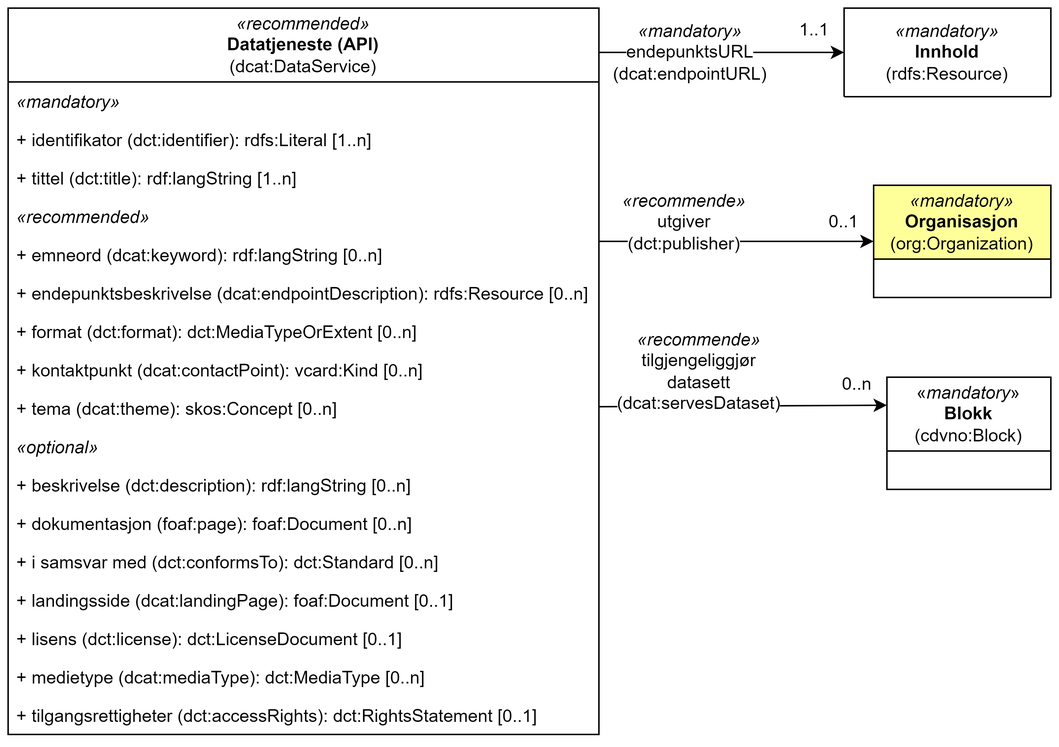
The draw.io diagram cdvno/images/cdvno-dataservice.png in jimjyang/playground, before a commit. Source tidied: cells renumbered, new cells last; positions are measured from the earlier drawing's top-left corner, leaving out a move shared by most shapes.
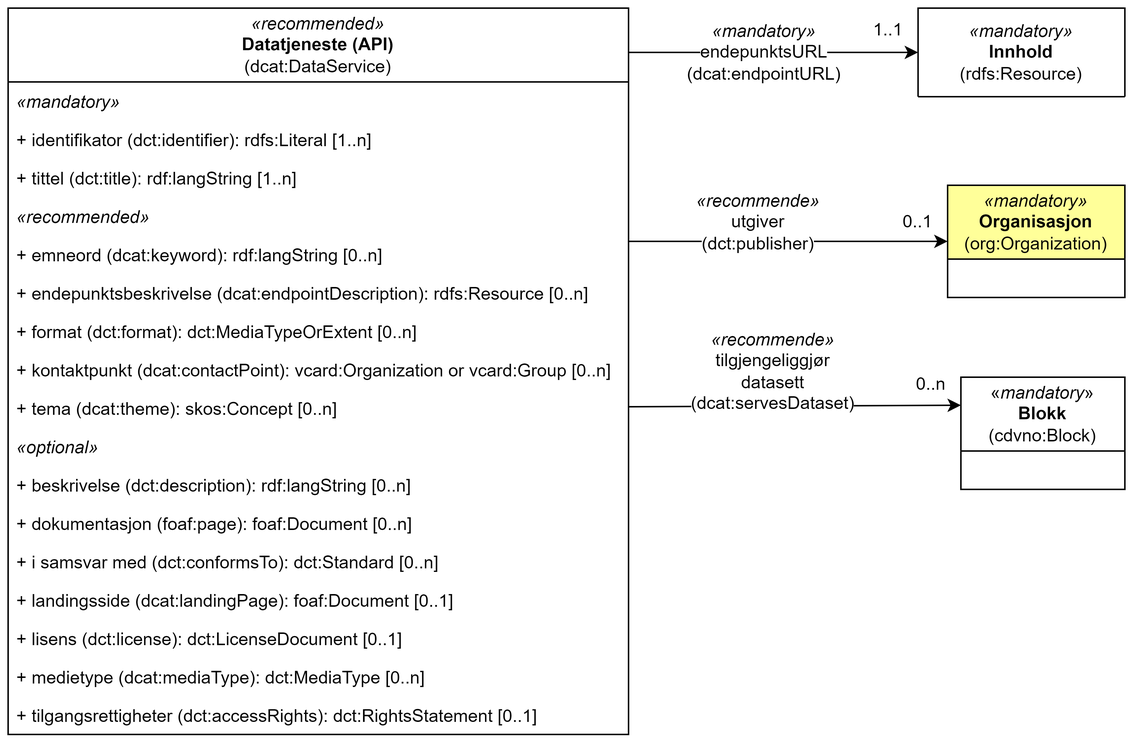
The same diagram one commit later.

Commit message:
cdvno-dataservice

Change to the diagram source:
```diff
@@ -6,58 +6,58 @@
       <mxGeometry x="566" width="140" height="60" as="geometry" />
     </mxCell>
     <mxCell id="3" value="&lt;i style=&quot;border-color: var(--border-color);&quot;&gt;«recommended»&lt;/i&gt;&lt;br style=&quot;border-color: var(--border-color);&quot;&gt;&lt;b style=&quot;border-color: var(--border-color);&quot;&gt;Datatjeneste (API)&lt;br style=&quot;border-color: var(--border-color);&quot;&gt;&lt;/b&gt;(dcat:DataService)" style="swimlane;fontStyle=0;horizontal=1;startSize=50;fillColor=none;whiteSpace=wrap;html=1;" parent="1" vertex="1">
-      <mxGeometry width="400" height="492" as="geometry" />
+      <mxGeometry x="-50" width="420" height="492" as="geometry" />
     </mxCell>
     <mxCell id="4" value="&lt;i&gt;«mandatory»&lt;/i&gt;" style="text;strokeColor=none;fillColor=none;align=left;verticalAlign=top;spacingLeft=4;spacingRight=4;overflow=hidden;whiteSpace=wrap;html=1;" parent="3" vertex="1">
-      <mxGeometry y="50" width="400" height="26" as="geometry" />
+      <mxGeometry y="50" width="420" height="26" as="geometry" />
     </mxCell>
     <mxCell id="5" value="+ identifikator (dct:identifier):&amp;nbsp;rdfs:Literal [1..n]" style="text;strokeColor=none;fillColor=none;align=left;verticalAlign=top;spacingLeft=4;spacingRight=4;overflow=hidden;whiteSpace=wrap;html=1;" parent="3" vertex="1">
-      <mxGeometry y="76" width="400" height="26" as="geometry" />
+      <mxGeometry y="76" width="420" height="26" as="geometry" />
     </mxCell>
     <mxCell id="6" value="+ tittel (dct:title):&amp;nbsp;rdf:langString [1..n]" style="text;strokeColor=none;fillColor=none;align=left;verticalAlign=top;spacingLeft=4;spacingRight=4;overflow=hidden;whiteSpace=wrap;html=1;" parent="3" vertex="1">
-      <mxGeometry y="102" width="400" height="26" as="geometry" />
+      <mxGeometry y="102" width="420" height="26" as="geometry" />
     </mxCell>
     <mxCell id="7" value="&lt;i&gt;«recommended»&lt;/i&gt;" style="text;strokeColor=none;fillColor=none;align=left;verticalAlign=top;spacingLeft=4;spacingRight=4;overflow=hidden;whiteSpace=wrap;html=1;" parent="3" vertex="1">
-      <mxGeometry y="128" width="400" height="26" as="geometry" />
+      <mxGeometry y="128" width="420" height="26" as="geometry" />
     </mxCell>
     <mxCell id="8" value="+ emneord (dcat:keyword): rdf:langString [0..n]" style="text;strokeColor=none;fillColor=none;align=left;verticalAlign=top;spacingLeft=4;spacingRight=4;overflow=hidden;points=[[0,0.5],[1,0.5]];portConstraint=eastwest;whiteSpace=wrap;html=1;" parent="3" vertex="1">
-      <mxGeometry y="154" width="400" height="26" as="geometry" />
+      <mxGeometry y="154" width="420" height="26" as="geometry" />
     </mxCell>
     <mxCell id="9" value="+ endepunktsbeskrivelse (dcat:endpointDescription): rdfs:Resource [0..n]" style="text;strokeColor=none;fillColor=none;align=left;verticalAlign=top;spacingLeft=4;spacingRight=4;overflow=hidden;whiteSpace=wrap;html=1;" parent="3" vertex="1">
-      <mxGeometry y="180" width="400" height="26" as="geometry" />
+      <mxGeometry y="180" width="420" height="26" as="geometry" />
     </mxCell>
     <mxCell id="10" value="+ format (dct:format): dct:MediaTypeOrExtent [0..n]" style="text;strokeColor=none;fillColor=none;align=left;verticalAlign=top;spacingLeft=4;spacingRight=4;overflow=hidden;whiteSpace=wrap;html=1;" parent="3" vertex="1">
-      <mxGeometry y="206" width="400" height="26" as="geometry" />
+      <mxGeometry y="206" width="420" height="26" as="geometry" />
     </mxCell>
-    <mxCell id="11" value="+ kontaktpunkt (dcat:contactPoint): vcard:Kind [0..n]" style="text;strokeColor=none;fillColor=none;align=left;verticalAlign=top;spacingLeft=4;spacingRight=4;overflow=hidden;whiteSpace=wrap;html=1;" parent="3" vertex="1">
-      <mxGeometry y="232" width="400" height="26" as="geometry" />
+    <mxCell id="11" value="+ kontaktpunkt (dcat:contactPoint): vcard:Organization or vcard:Group [0..n]" style="text;strokeColor=none;fillColor=none;align=left;verticalAlign=top;spacingLeft=4;spacingRight=4;overflow=hidden;whiteSpace=wrap;html=1;" parent="3" vertex="1">
+      <mxGeometry y="232" width="420" height="26" as="geometry" />
     </mxCell>
     <mxCell id="12" value="+ tema (dcat:theme): skos:Concept [0..n]" style="text;strokeColor=none;fillColor=none;align=left;verticalAlign=top;spacingLeft=4;spacingRight=4;overflow=hidden;points=[[0,0.5],[1,0.5]];portConstraint=eastwest;whiteSpace=wrap;html=1;" parent="3" vertex="1">
-      <mxGeometry y="258" width="400" height="26" as="geometry" />
+      <mxGeometry y="258" width="420" height="26" as="geometry" />
     </mxCell>
     <mxCell id="13" value="&lt;i&gt;«optional»&lt;/i&gt;" style="text;strokeColor=none;fillColor=none;align=left;verticalAlign=top;spacingLeft=4;spacingRight=4;overflow=hidden;whiteSpace=wrap;html=1;" parent="3" vertex="1">
-      <mxGeometry y="284" width="400" height="26" as="geometry" />
+      <mxGeometry y="284" width="420" height="26" as="geometry" />
     </mxCell>
     <mxCell id="14" value="+ beskrivelse (dct:description): rdf:langString [0..n]" style="text;strokeColor=none;fillColor=none;align=left;verticalAlign=top;spacingLeft=4;spacingRight=4;overflow=hidden;whiteSpace=wrap;html=1;" parent="3" vertex="1">
-      <mxGeometry y="310" width="400" height="26" as="geometry" />
+      <mxGeometry y="310" width="420" height="26" as="geometry" />
     </mxCell>
     <mxCell id="15" value="+ dokumentasjon (foaf:page)&lt;span style=&quot;background-color: initial;&quot;&gt;: foaf:Document&amp;nbsp;[0..n]&lt;/span&gt;" style="text;strokeColor=none;fillColor=none;align=left;verticalAlign=top;spacingLeft=4;spacingRight=4;overflow=hidden;whiteSpace=wrap;html=1;" parent="3" vertex="1">
-      <mxGeometry y="336" width="400" height="26" as="geometry" />
+      <mxGeometry y="336" width="420" height="26" as="geometry" />
     </mxCell>
     <mxCell id="16" value="+&amp;nbsp;i samsvar med (dct:conformsTo)&lt;span style=&quot;background-color: initial;&quot;&gt;: dct:Standard&amp;nbsp;[0..n]&lt;/span&gt;" style="text;strokeColor=none;fillColor=none;align=left;verticalAlign=top;spacingLeft=4;spacingRight=4;overflow=hidden;whiteSpace=wrap;html=1;" parent="3" vertex="1">
-      <mxGeometry y="362" width="400" height="26" as="geometry" />
+      <mxGeometry y="362" width="420" height="26" as="geometry" />
     </mxCell>
     <mxCell id="17" value="+&amp;nbsp;landingsside (dcat:landingPage)&lt;span style=&quot;background-color: initial;&quot;&gt;: foaf:Document&amp;nbsp;[0..1]&lt;/span&gt;" style="text;strokeColor=none;fillColor=none;align=left;verticalAlign=top;spacingLeft=4;spacingRight=4;overflow=hidden;whiteSpace=wrap;html=1;" parent="3" vertex="1">
-      <mxGeometry y="388" width="400" height="26" as="geometry" />
+      <mxGeometry y="388" width="420" height="26" as="geometry" />
     </mxCell>
     <mxCell id="18" value="+&amp;nbsp;lisens (dct:license)&lt;span style=&quot;background-color: initial;&quot;&gt;: dct:LicenseDocument&amp;nbsp;[0..1]&lt;/span&gt;" style="text;strokeColor=none;fillColor=none;align=left;verticalAlign=top;spacingLeft=4;spacingRight=4;overflow=hidden;whiteSpace=wrap;html=1;" parent="3" vertex="1">
-      <mxGeometry y="414" width="400" height="26" as="geometry" />
+      <mxGeometry y="414" width="420" height="26" as="geometry" />
     </mxCell>
     <mxCell id="19" value="+&amp;nbsp;medietype (dcat:mediaType)&lt;span style=&quot;background-color: initial;&quot;&gt;: dct:MediaType&amp;nbsp;[0..n]&lt;/span&gt;" style="text;strokeColor=none;fillColor=none;align=left;verticalAlign=top;spacingLeft=4;spacingRight=4;overflow=hidden;whiteSpace=wrap;html=1;" parent="3" vertex="1">
-      <mxGeometry y="440" width="400" height="26" as="geometry" />
+      <mxGeometry y="440" width="420" height="26" as="geometry" />
     </mxCell>
     <mxCell id="20" value="+&amp;nbsp;tilgangsrettigheter (dct:accessRights)&lt;span style=&quot;background-color: initial;&quot;&gt;: dct:RightsStatement&amp;nbsp;[0..1]&lt;/span&gt;" style="text;strokeColor=none;fillColor=none;align=left;verticalAlign=top;spacingLeft=4;spacingRight=4;overflow=hidden;whiteSpace=wrap;html=1;" parent="3" vertex="1">
-      <mxGeometry y="466" width="400" height="26" as="geometry" />
+      <mxGeometry y="466" width="420" height="26" as="geometry" />
     </mxCell>
     <mxCell id="21" style="endArrow=classic;html=1;rounded=0;entryX=0;entryY=0.25;entryDx=0;entryDy=0;" parent="1" edge="1" source="12" target="26">
       <mxGeometry relative="1" as="geometry" />
@@ -67,7 +67,7 @@
     </mxCell>
     <mxCell id="23" style="endArrow=classic;html=1;rounded=0;entryX=0;entryY=0.5;entryDx=0;entryDy=0;" parent="1" edge="1" target="2">
       <mxGeometry relative="1" as="geometry">
-        <mxPoint x="400" y="30" as="sourcePoint" />
+        <mxPoint x="370" y="30" as="sourcePoint" />
       </mxGeometry>
     </mxCell>
     <mxCell id="24" value="&lt;span style=&quot;background-color: rgb(255, 255, 255);&quot;&gt;&lt;i style=&quot;border-color: var(--border-color);&quot;&gt;«mandatory»&lt;br&gt;&lt;/i&gt;endepunktsURL&lt;br&gt;(dcat:endpointURL)&lt;/span&gt;" style="text;html=1;strokeColor=none;fillColor=none;align=center;verticalAlign=middle;whiteSpace=wrap;rounded=0;" parent="1" vertex="1">
```
